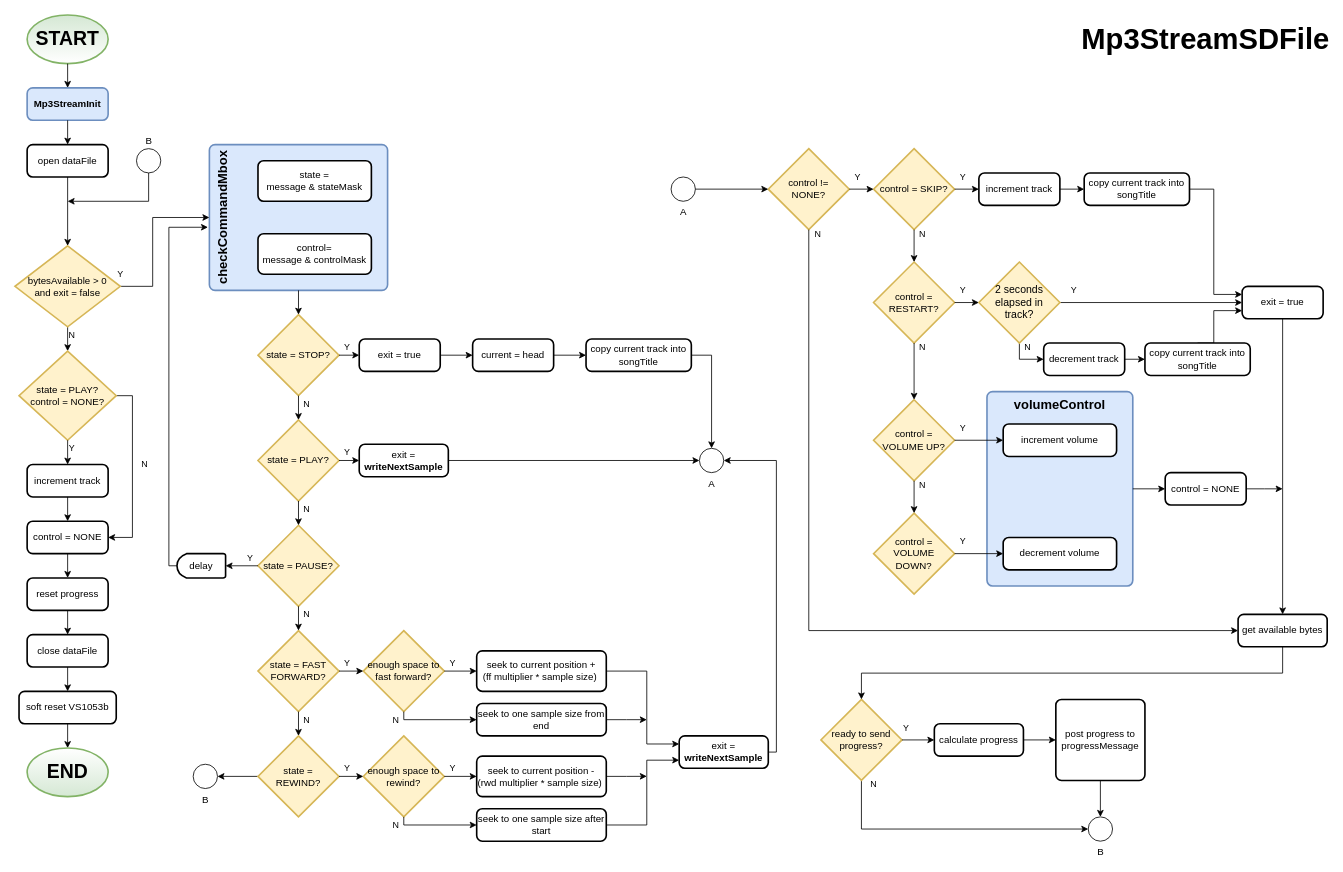
Before: Project/doc/diagrams/Mp3StreamSDFile.drawio in baldwinvs/embsys105, a draw.io diagram. Source tidied: cells renumbered, new cells numbered last; positions are measured from the earlier drawing's top-left corner, leaving out a move shared by most shapes. Both pictures are drawn from the tidied source at 81%, with x=0, y=0 at pixel (15, 15).
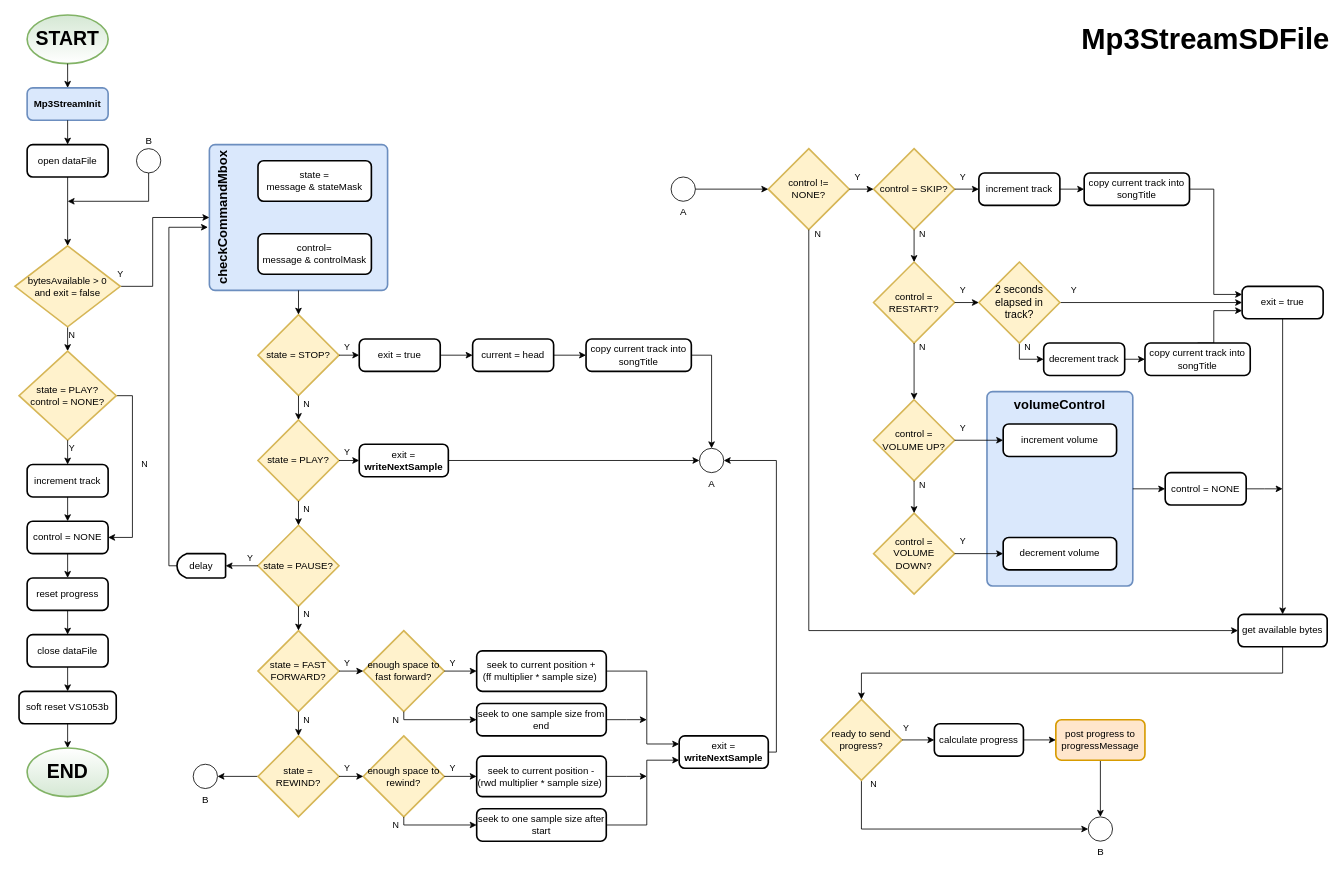
After the change.

Change to the diagram source:
```diff
@@
-    <mxCell id="98" value="post progress to progressMessage" style="rounded=1;whiteSpace=wrap;html=1;absoluteArcSize=1;arcSize=14;strokeWidth=2;gradientColor=#ffffff;align=center;" parent="1" vertex="1">
-      <mxGeometry x="1285" y="845" width="110" height="100" as="geometry" />
+    <mxCell id="98" value="post progress to progressMessage" style="rounded=1;whiteSpace=wrap;html=1;absoluteArcSize=1;arcSize=14;strokeWidth=2;align=center;fillColor=#ffe6cc;strokeColor=#d79b00;" parent="1" vertex="1">
+      <mxGeometry x="1285" y="870" width="110" height="50" as="geometry" />
     </mxCell>
```
